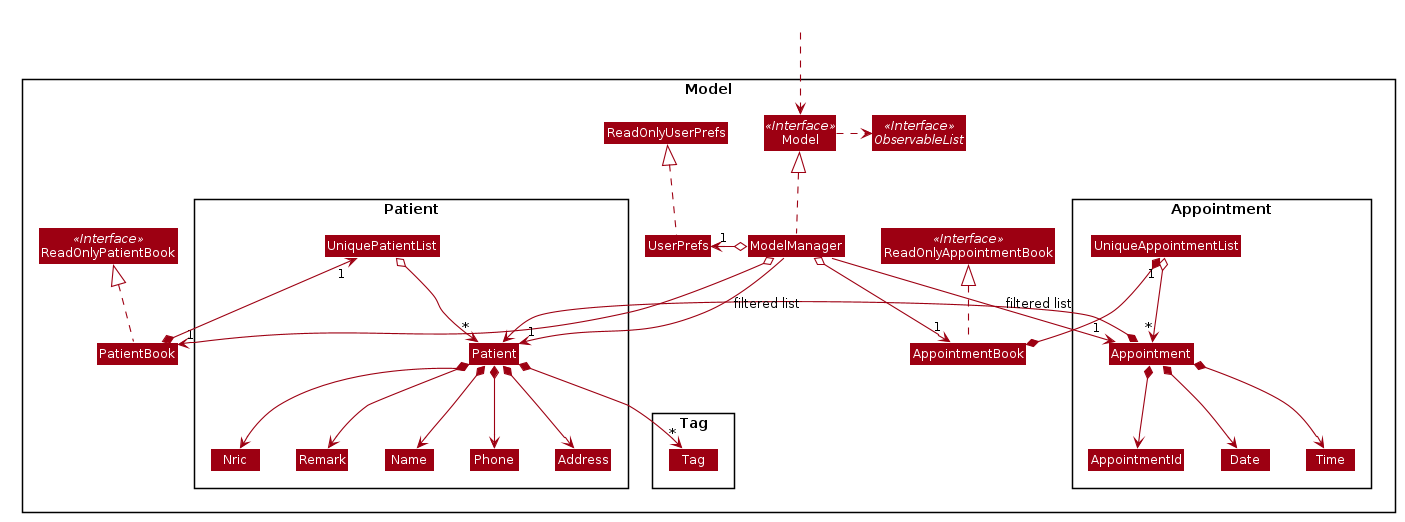
The PlantUML diagram docs/images/ModelClassDiagram.png in xz0127/tp, before a commit.
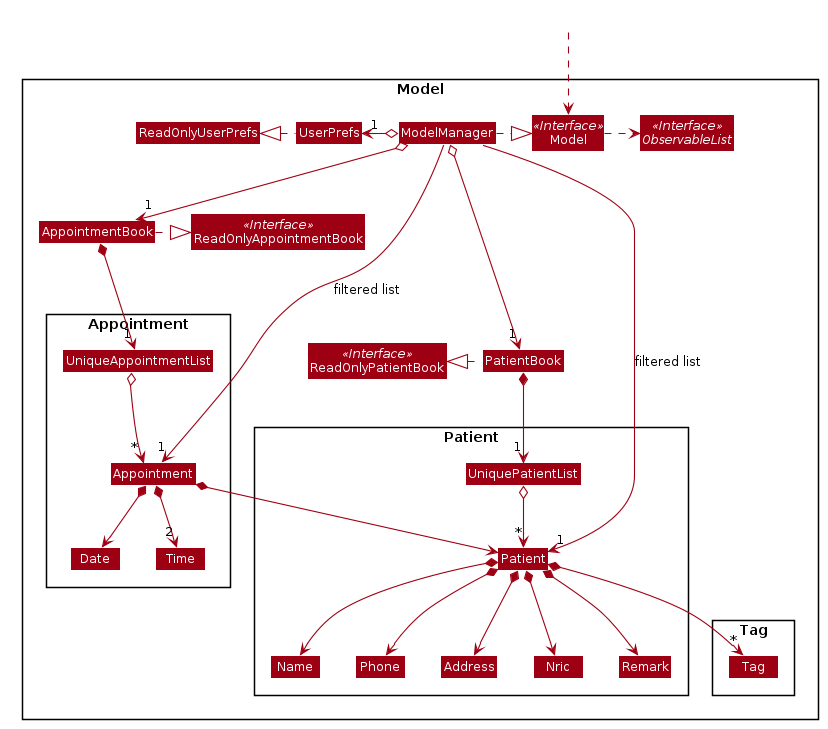
After the change.

Diff of the diagram source:
```diff
@@ -77,7 +77,6 @@
 
 Package Appointment {
 Class Appointment
-Class AppointmentId
 Class Date
 Class Time
 Class UniqueAppointmentList
@@ -89,19 +88,19 @@
 }
 
 Class HiddenOutside #FFFFFF
-HiddenOutside ..> Model
+HiddenOutside .down.> Model
 
-PatientBook .up.|> ReadOnlyPatientBook
-AppointmentBook .up.|> ReadOnlyAppointmentBook
+PatientBook .left.|> ReadOnlyPatientBook
+AppointmentBook .right.|> ReadOnlyAppointmentBook
 
-ModelManager .up.|> Model
+ModelManager .right.|> Model
 Model .right.> ObservableList
 ModelManager o--> "1" PatientBook
 ModelManager o--> "1" AppointmentBook
 ModelManager o-left-> "1" UserPrefs
-UserPrefs .up.|> ReadOnlyUserPrefs
+UserPrefs .left.|> ReadOnlyUserPrefs
 
-PatientBook *-left-> "1" UniquePatientList
+PatientBook *--> "1" UniquePatientList
 UniquePatientList o--> "*" Patient
 Patient *--> Name
 Patient *--> Phone
@@ -110,12 +109,12 @@
 Patient *--> Address
 Patient *--> "*" Tag
 
-AppointmentBook *-right-* "1" UniqueAppointmentList
+AppointmentBook *--> "1" UniqueAppointmentList
 UniqueAppointmentList o--> "*" Appointment
+UniqueAppointmentList -[hidden]down-> Appointment
 Appointment *--> Date
-Appointment *--> Time
-Appointment *--> AppointmentId
-Appointment *-left-> Patient
+Appointment *--> "2" Time
+Appointment *--> Patient
 
 Name -[hidden]right-> Phone
 Phone -[hidden]right-> Address
```
